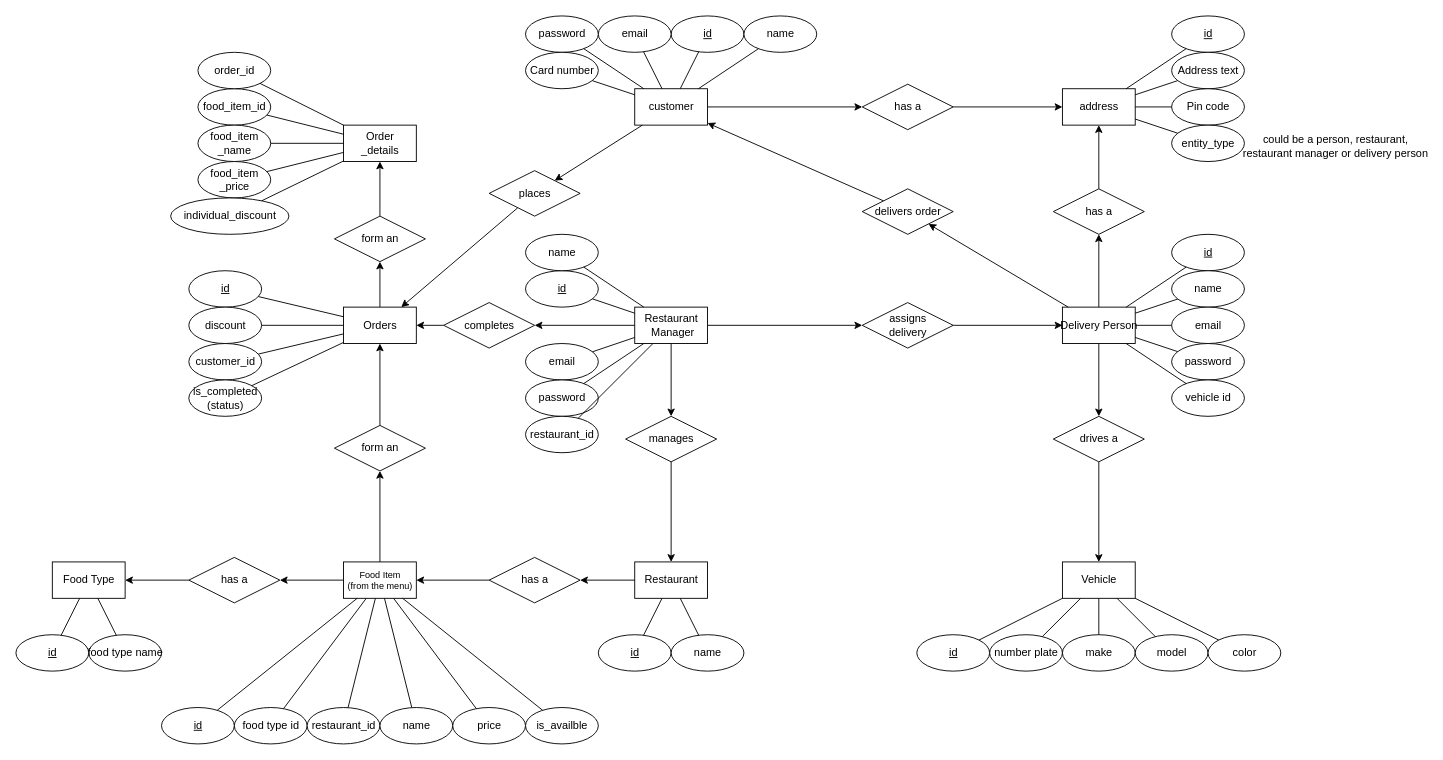
This is diagrams/ER/ER diagram.drawio from callofthewild/hunger-buzz, a draw.io file, before an edit. Source tidied: cells renumbered, new cells numbered last; positions are measured from the earlier drawing's top-left corner, leaving out a move shared by most shapes. Both pictures are drawn from the tidied source at 91%, with x=0, y=0 at pixel (15, 15).
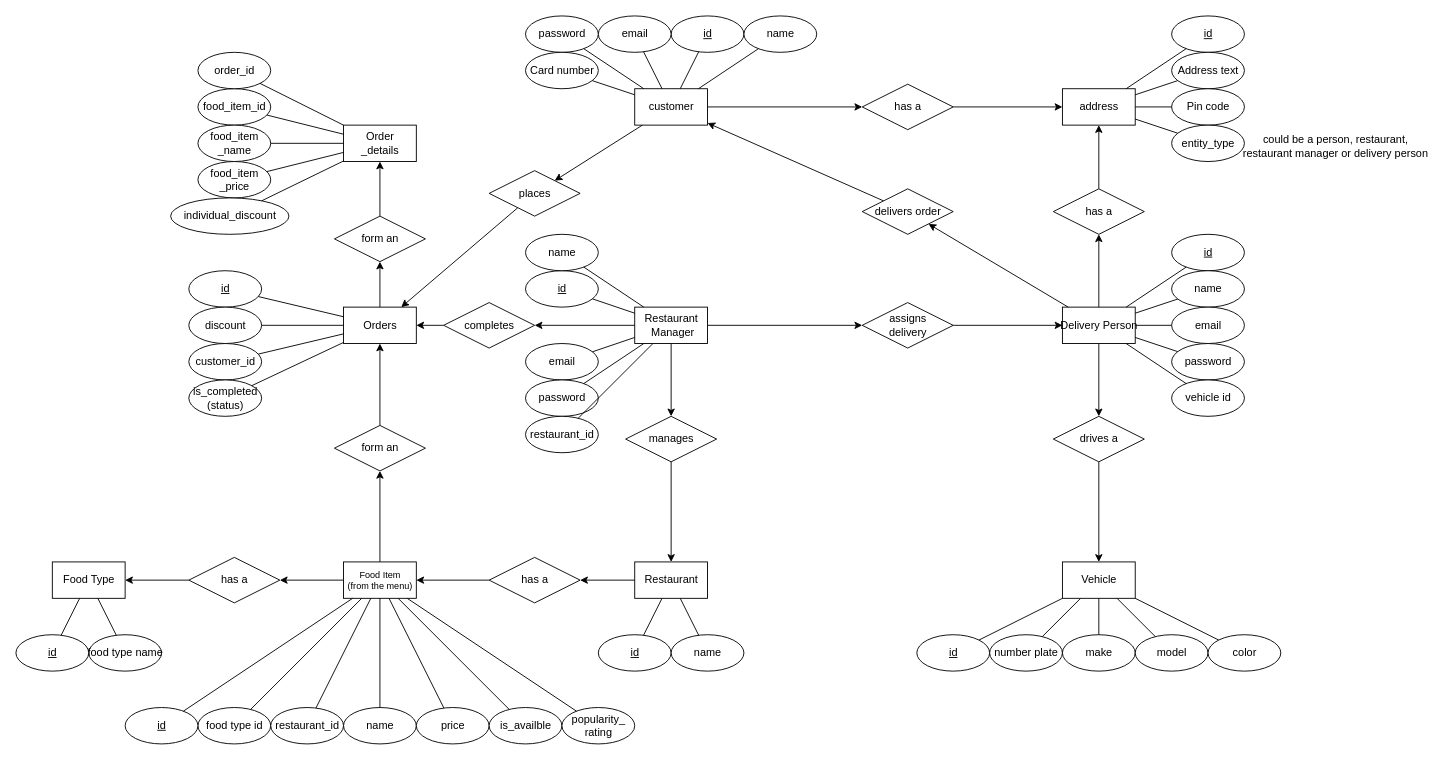
Above is the later version.

Commit message:
Added popularity rating for ER diag

The change refers to these unchanged cells:
```xml
<mxCell id="58" value="&lt;div style=&quot;font-size: 10px;&quot;&gt;Food Item&lt;/div&gt;&lt;div style=&quot;font-size: 10px;&quot;&gt;(from the menu)&lt;/div&gt;" style="rounded=0;html=1;fontSize=10;" parent="1" vertex="1">
  <mxGeometry x="360" y="600" width="80" height="40" as="geometry" />
</mxCell>
```

Change to the diagram source:
```diff
@@
     <mxCell id="74" value="food type id" style="ellipse;html=1;align=center;" parent="1" vertex="1">
-      <mxGeometry x="240" y="760" width="80" height="40" as="geometry" />
+      <mxGeometry x="200" y="760" width="80" height="40" as="geometry" />
     </mxCell>
     <mxCell id="75" value="id" style="ellipse;html=1;align=center;fontStyle=4;" parent="1" vertex="1">
-      <mxGeometry x="160" y="760" width="80" height="40" as="geometry" />
+      <mxGeometry x="120" y="760" width="80" height="40" as="geometry" />
     </mxCell>
@@
     <mxCell id="78" value="restaurant_id" style="ellipse;html=1;align=center;" parent="1" vertex="1">
-      <mxGeometry x="320" y="760" width="80" height="40" as="geometry" />
+      <mxGeometry x="280" y="760" width="80" height="40" as="geometry" />
     </mxCell>
@@
     <mxCell id="92" value="name" style="ellipse;html=1;align=center;" parent="1" vertex="1">
-      <mxGeometry x="400" y="760" width="80" height="40" as="geometry" />
+      <mxGeometry x="360" y="760" width="80" height="40" as="geometry" />
     </mxCell>
     <mxCell id="93" value="price" style="ellipse;html=1;align=center;" parent="1" vertex="1">
-      <mxGeometry x="480" y="760" width="80" height="40" as="geometry" />
+      <mxGeometry x="440" y="760" width="80" height="40" as="geometry" />
     </mxCell>
     <mxCell id="94" value="is_availble" style="ellipse;html=1;align=center;" parent="1" vertex="1">
-      <mxGeometry x="560" y="760" width="80" height="40" as="geometry" />
+      <mxGeometry x="520" y="760" width="80" height="40" as="geometry" />
     </mxCell>
@@
+    <mxCell id="135" value="popularity_&lt;br&gt;rating" style="ellipse;html=1;align=center;" parent="1" vertex="1">
+      <mxGeometry x="600" y="760" width="80" height="40" as="geometry" />
+    </mxCell>
+    <mxCell id="136" style="endArrow=none;html=1;rounded=0;" parent="1" edge="1" source="58" target="135">
+      <mxGeometry relative="1" as="geometry" />
+    </mxCell>
```
